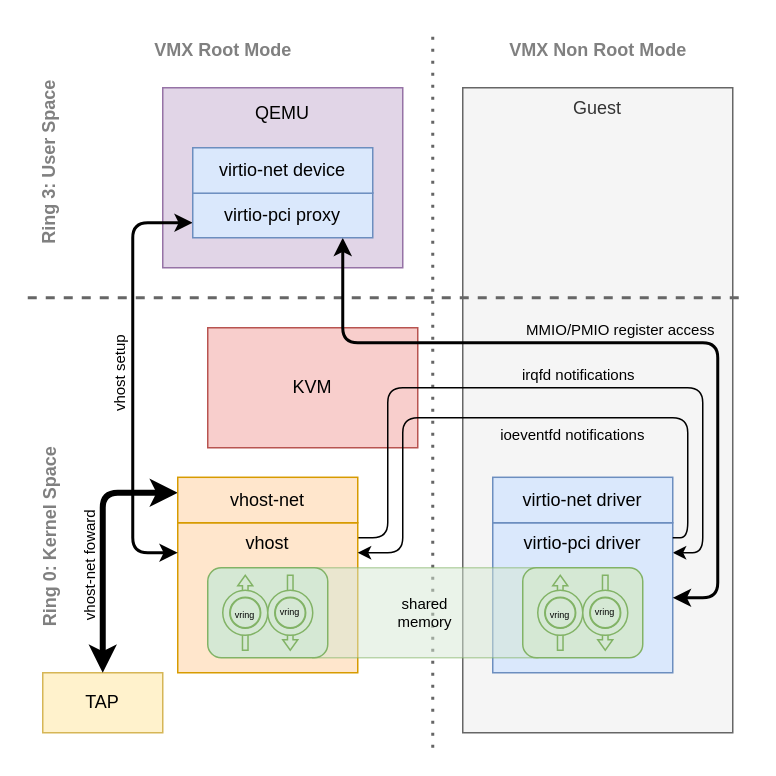
This is virtio_net_vhost.drawio from vmuxIO/diagrams, a draw.io file, before an edit. Source tidied: cells renumbered, new cells numbered last; positions are measured from the earlier drawing's top-left corner, leaving out a move shared by most shapes. Both pictures are drawn from the tidied source at 150%, with x=0, y=0 at pixel (-160, 27).
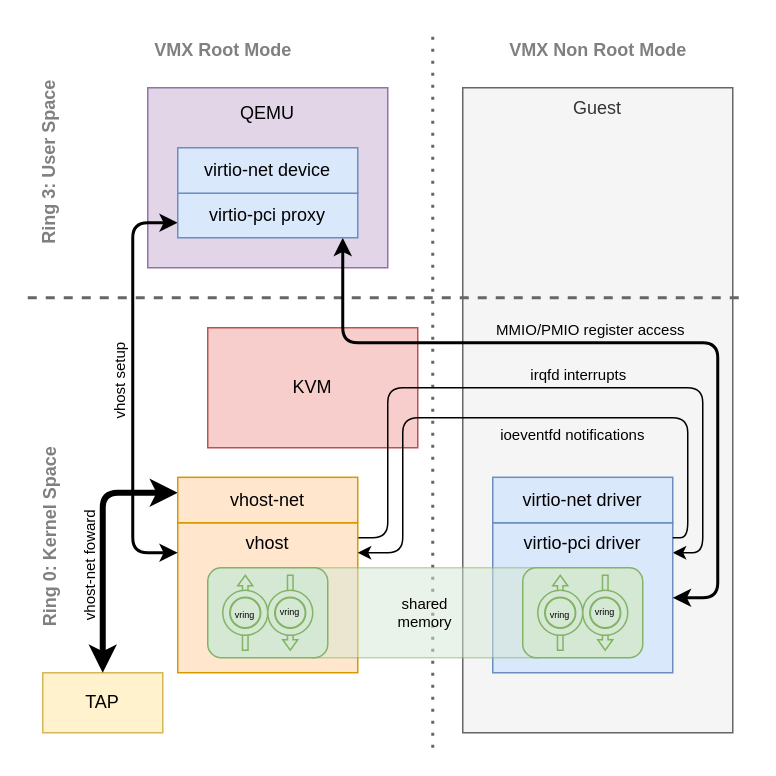
Above is the later version.

The change refers to these unchanged cells:
```xml
<mxCell id="13" style="edgeStyle=orthogonalEdgeStyle;rounded=1;jettySize=auto;html=1;strokeWidth=1;fontSize=12;startArrow=none;startFill=0;" parent="1" edge="1" source="15" target="16">
  <mxGeometry relative="1" as="geometry">
    <Array as="points">
      <mxPoint x="365" y="340" />
      <mxPoint x="365" y="240" />
      <mxPoint x="575" y="240" />
      <mxPoint x="575" y="350" />
    </Array>
  </mxGeometry>
</mxCell>
<mxCell id="21" style="edgeStyle=orthogonalEdgeStyle;rounded=1;jettySize=auto;html=1;strokeWidth=2;fontSize=12;startArrow=classic;startFill=1;" parent="1" edge="1" source="23" target="16">
  <mxGeometry relative="1" as="geometry">
    <Array as="points">
      <mxPoint x="335" y="210" />
      <mxPoint x="585" y="210" />
      <mxPoint x="585" y="380" />
    </Array>
  </mxGeometry>
</mxCell>
```

Change to the diagram source:
```diff
@@
-    <mxCell id="14" value="irqfd notifications" style="edgeLabel;html=1;align=center;verticalAlign=middle;fontSize=10;labelBackgroundColor=none;" parent="13" vertex="1">
+    <mxCell id="14" value="irqfd interrupts" style="edgeLabel;html=1;align=center;verticalAlign=middle;fontSize=10;labelBackgroundColor=none;" parent="13" vertex="1">
       <mxGeometry x="0.31" y="-1" relative="1" as="geometry">
         <mxPoint x="-55" y="-11" as="offset" />
       </mxGeometry>
     </mxCell>
@@
     <mxCell id="18" value="&lt;div&gt;QEMU&lt;/div&gt;&lt;div&gt;&lt;br&gt;&lt;/div&gt;&lt;div&gt;&lt;br&gt;&lt;/div&gt;&lt;div&gt;&lt;br&gt;&lt;/div&gt;&lt;div&gt;&lt;br&gt;&lt;/div&gt;&lt;div&gt;&lt;br&gt;&lt;/div&gt;&lt;div&gt;&lt;br&gt;&lt;/div&gt;" style="rounded=0;whiteSpace=wrap;html=1;align=center;fillColor=#e1d5e7;strokeColor=#9673a6;" parent="1" vertex="1">
-      <mxGeometry x="215" y="40" width="160" height="120" as="geometry" />
+      <mxGeometry x="205" y="40" width="160" height="120" as="geometry" />
     </mxCell>
@@
     <mxCell id="22" value="MMIO/PMIO register access" style="edgeLabel;html=1;align=center;verticalAlign=middle;fontSize=10;labelBackgroundColor=none;" parent="21" vertex="1">
       <mxGeometry x="-0.02" y="-2" relative="1" as="geometry">
-        <mxPoint x="-1" y="-12" as="offset" />
+        <mxPoint x="-21" y="-12" as="offset" />
       </mxGeometry>
     </mxCell>
     <mxCell id="23" value="virtio-pci proxy" style="rounded=0;whiteSpace=wrap;html=1;align=center;fillColor=#dae8fc;strokeColor=#6c8ebf;" parent="1" vertex="1">
-      <mxGeometry x="235" y="110" width="120" height="30" as="geometry" />
+      <mxGeometry x="225" y="110" width="120" height="30" as="geometry" />
     </mxCell>
@@
     <mxCell id="38" value="&lt;div&gt;virtio-net device&lt;/div&gt;" style="rounded=0;whiteSpace=wrap;html=1;align=center;fillColor=#dae8fc;strokeColor=#6c8ebf;" parent="1" vertex="1">
-      <mxGeometry x="235" y="80" width="120" height="30.3" as="geometry" />
+      <mxGeometry x="225" y="80" width="120" height="30.3" as="geometry" />
     </mxCell>
```
